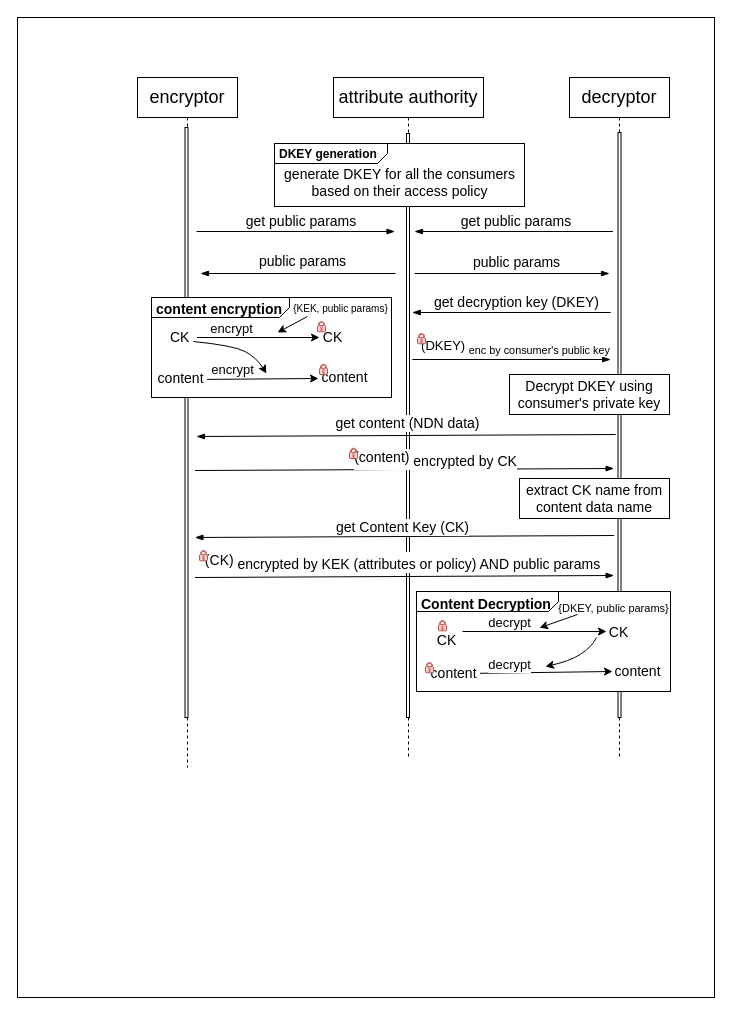
Earlier version of the draw.io diagram seq-nac-revisit.drawio (dulalsaurab/NDNHealth). Source tidied: cells renumbered, new cells numbered last; positions are measured from the earlier drawing's top-left corner, leaving out a move shared by most shapes. Both pictures are drawn from the tidied source at 100%, with x=0, y=0 at pixel (17, 17).
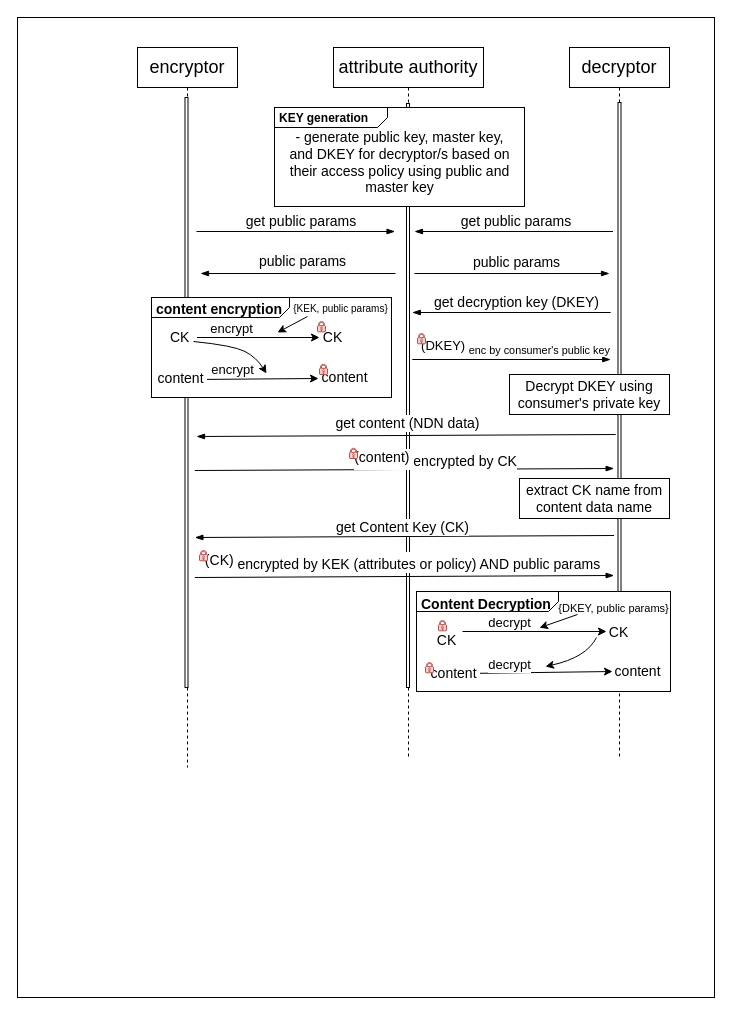
After the change.

Diff of the diagram source:
```diff
@@
     <mxCell id="3" value="&lt;font style=&quot;font-size: 18px;&quot;&gt;encryptor&lt;/font&gt;" style="shape=umlLifeline;perimeter=lifelinePerimeter;whiteSpace=wrap;html=1;newEdgeStyle={&quot;edgeStyle&quot;:&quot;elbowEdgeStyle&quot;,&quot;elbow&quot;:&quot;vertical&quot;,&quot;curved&quot;:0,&quot;rounded&quot;:0};" parent="1" vertex="1">
-      <mxGeometry x="120" y="60" width="100" height="690" as="geometry" />
+      <mxGeometry x="120" y="30" width="100" height="720" as="geometry" />
     </mxCell>
@@
     <mxCell id="5" value="&lt;font style=&quot;font-size: 18px;&quot;&gt;attribute authority&lt;br&gt;&lt;/font&gt;" style="shape=umlLifeline;perimeter=lifelinePerimeter;whiteSpace=wrap;html=1;newEdgeStyle={&quot;edgeStyle&quot;:&quot;elbowEdgeStyle&quot;,&quot;elbow&quot;:&quot;vertical&quot;,&quot;curved&quot;:0,&quot;rounded&quot;:0};" parent="1" vertex="1">
-      <mxGeometry x="316" y="60" width="150" height="680" as="geometry" />
+      <mxGeometry x="316" y="30" width="150" height="710" as="geometry" />
     </mxCell>
@@
     <mxCell id="7" value="&lt;font style=&quot;font-size: 18px;&quot;&gt;decryptor&lt;/font&gt;" style="shape=umlLifeline;perimeter=lifelinePerimeter;whiteSpace=wrap;html=1;newEdgeStyle={&quot;edgeStyle&quot;:&quot;elbowEdgeStyle&quot;,&quot;elbow&quot;:&quot;vertical&quot;,&quot;curved&quot;:0,&quot;rounded&quot;:0};" parent="1" vertex="1">
-      <mxGeometry x="552" y="60" width="100" height="680" as="geometry" />
+      <mxGeometry x="552" y="30" width="100" height="710" as="geometry" />
     </mxCell>
@@
-    <mxCell id="32" value="&lt;p style=&quot;margin:0px;margin-top:4px;margin-left:5px;text-align:left;&quot;&gt;&lt;b&gt;DKEY generation&lt;br&gt;&lt;/b&gt;&lt;/p&gt;" style="html=1;shape=mxgraph.sysml.package;overflow=fill;labelX=113.88;align=left;spacingLeft=5;verticalAlign=top;spacingTop=-3;" parent="1" vertex="1">
-      <mxGeometry x="257" y="126" width="250" height="63" as="geometry" />
+    <mxCell id="32" value="&lt;p style=&quot;margin:0px;margin-top:4px;margin-left:5px;text-align:left;&quot;&gt;&lt;b&gt;KEY generation&lt;br&gt;&lt;/b&gt;&lt;/p&gt;" style="html=1;shape=mxgraph.sysml.package;overflow=fill;labelX=113.88;align=left;spacingLeft=5;verticalAlign=top;spacingTop=-3;" parent="1" vertex="1">
+      <mxGeometry x="257" y="90" width="250" height="99" as="geometry" />
     </mxCell>
-    <mxCell id="33" value="&lt;font style=&quot;font-size: 14px;&quot;&gt;generate DKEY for all the consumers based on their access policy&lt;/font&gt;" style="text;html=1;strokeColor=none;fillColor=none;align=center;verticalAlign=middle;whiteSpace=wrap;rounded=0;" parent="1" vertex="1">
-      <mxGeometry x="264.5" y="150" width="235" height="30" as="geometry" />
+    <mxCell id="33" value="&lt;font style=&quot;font-size: 14px;&quot;&gt;- generate public key, master key, and DKEY for decryptor/s based on their access policy using public and master key&lt;/font&gt;" style="text;html=1;strokeColor=none;fillColor=none;align=center;verticalAlign=middle;whiteSpace=wrap;rounded=0;" parent="1" vertex="1">
+      <mxGeometry x="264.5" y="110" width="235" height="70" as="geometry" />
     </mxCell>
```
